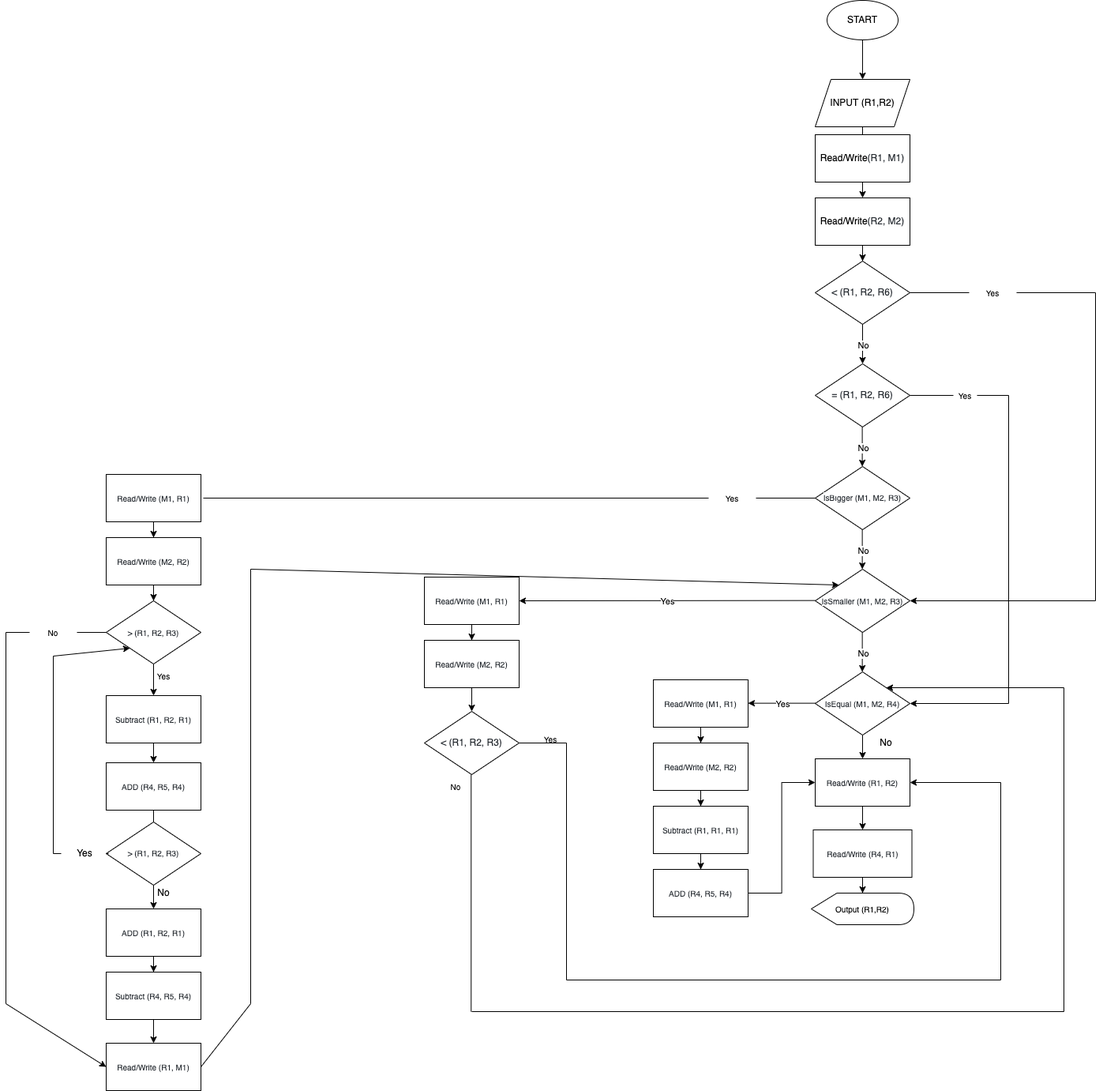
Before: AlgorithmFlowchart.drawio.png, a diagram exported from draw.io (aliyigittas/CMPE140Project1). Source tidied: cells renumbered, new cells last; positions are measured from the earlier drawing's top-left corner, leaving out a move shared by most shapes.
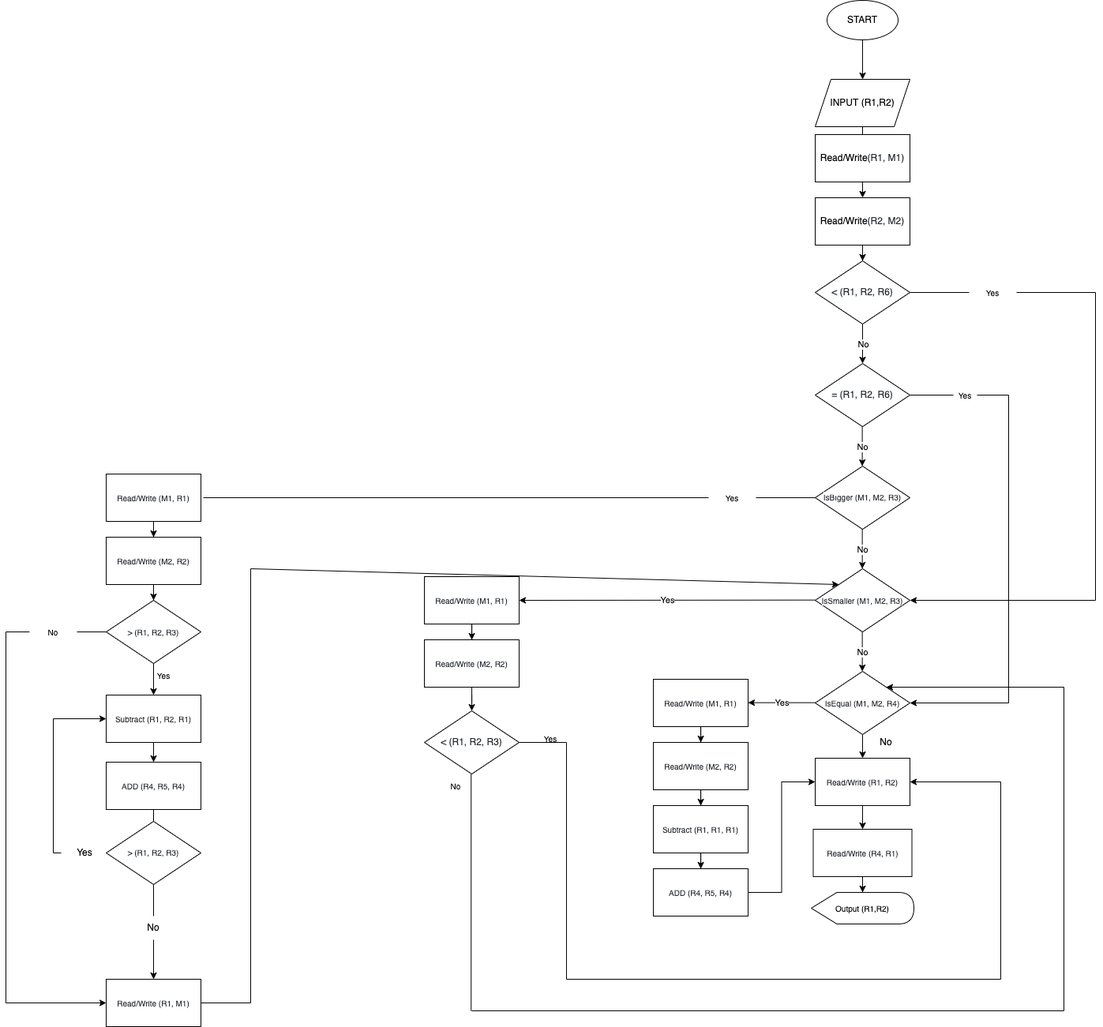
Above is the later version.

Change to the diagram source:
```diff
@@ -292,26 +292,14 @@
     <mxCell id="77" value="Yes" style="text;html=1;strokeColor=none;fillColor=none;align=center;verticalAlign=middle;whiteSpace=wrap;rounded=0;fontSize=10;" parent="1" vertex="1">
       <mxGeometry x="170" y="840" width="60" height="30" as="geometry" />
     </mxCell>
-    <mxCell id="78" style="edgeStyle=orthogonalEdgeStyle;rounded=0;jettySize=auto;html=1;fontSize=10;" parent="1" edge="1" source="79" target="81">
+    <mxCell id="78" style="edgeStyle=orthogonalEdgeStyle;rounded=0;jettySize=auto;html=1;fontSize=10;entryX=0.5;entryY=0;entryDx=0;entryDy=0;startArrow=none;" parent="1" edge="1" source="99" target="84">
       <mxGeometry relative="1" as="geometry" />
     </mxCell>
     <mxCell id="79" value="&lt;span style=&quot;color: rgb(36 , 41 , 47) ; font-family: , , &amp;#34;sf mono&amp;#34; , &amp;#34;menlo&amp;#34; , &amp;#34;consolas&amp;#34; , &amp;#34;liberation mono&amp;#34; , monospace ; background-color: rgb(255 , 255 , 255)&quot;&gt;&lt;font style=&quot;font-size: 10px&quot;&gt;ADD (R4, R5, R4)&lt;/font&gt;&lt;/span&gt;" style="rounded=0;whiteSpace=wrap;html=1;fontSize=10;" parent="1" vertex="1">
       <mxGeometry x="127" y="965" width="120" height="60" as="geometry" />
     </mxCell>
-    <mxCell id="80" style="edgeStyle=orthogonalEdgeStyle;rounded=0;jettySize=auto;html=1;fontSize=10;" parent="1" edge="1" source="81" target="83">
-      <mxGeometry relative="1" as="geometry" />
-    </mxCell>
-    <mxCell id="81" value="&lt;span style=&quot;color: rgb(36 , 41 , 47) ; font-family: , , &amp;#34;sf mono&amp;#34; , &amp;#34;menlo&amp;#34; , &amp;#34;consolas&amp;#34; , &amp;#34;liberation mono&amp;#34; , monospace ; background-color: rgb(255 , 255 , 255)&quot;&gt;&lt;font style=&quot;font-size: 10px&quot;&gt;ADD (R1, R2, R1)&lt;/font&gt;&lt;/span&gt;" style="rounded=0;whiteSpace=wrap;html=1;fontSize=10;" parent="1" vertex="1">
-      <mxGeometry x="127" y="1150" width="120" height="60" as="geometry" />
-    </mxCell>
-    <mxCell id="82" style="edgeStyle=orthogonalEdgeStyle;rounded=0;jettySize=auto;html=1;fontSize=10;" parent="1" edge="1" source="83" target="84">
-      <mxGeometry relative="1" as="geometry" />
-    </mxCell>
-    <mxCell id="83" value="&lt;span style=&quot;color: rgb(36 , 41 , 47) ; font-family: , , &amp;#34;sf mono&amp;#34; , &amp;#34;menlo&amp;#34; , &amp;#34;consolas&amp;#34; , &amp;#34;liberation mono&amp;#34; , monospace ; background-color: rgb(255 , 255 , 255)&quot;&gt;&lt;font style=&quot;font-size: 10px&quot;&gt;Subtract (R4, R5, R4)&lt;/font&gt;&lt;/span&gt;" style="rounded=0;whiteSpace=wrap;html=1;fontSize=10;" parent="1" vertex="1">
-      <mxGeometry x="127" y="1230" width="120" height="60" as="geometry" />
-    </mxCell>
     <mxCell id="84" value="&lt;span style=&quot;color: rgb(36 , 41 , 47) ; font-family: , , &amp;#34;sf mono&amp;#34; , &amp;#34;menlo&amp;#34; , &amp;#34;consolas&amp;#34; , &amp;#34;liberation mono&amp;#34; , monospace ; background-color: rgb(255 , 255 , 255)&quot;&gt;&lt;font style=&quot;font-size: 10px&quot;&gt;Read/Write (R1, M1)&lt;/font&gt;&lt;/span&gt;" style="rounded=0;whiteSpace=wrap;html=1;fontSize=10;" parent="1" vertex="1">
-      <mxGeometry x="127" y="1320" width="120" height="60" as="geometry" />
+      <mxGeometry x="127" y="1240" width="120" height="60" as="geometry" />
     </mxCell>
     <mxCell id="85" style="endArrow=none;html=1;rounded=0;fontSize=10;exitX=1;exitY=0.5;exitDx=0;exitDy=0;" parent="1" edge="1" source="84">
       <mxGeometry relative="1" as="geometry">
@@ -351,21 +339,18 @@
         <mxPoint y="800" as="sourcePoint" />
       </mxGeometry>
     </mxCell>
-    <mxCell id="93" value="&lt;span style=&quot;color: rgb(36 , 41 , 47) ; font-size: 10px ; background-color: rgb(255 , 255 , 255)&quot;&gt;&amp;gt; (R1, R2, R3)&lt;/span&gt;" style="rhombus;whiteSpace=wrap;html=1;" parent="1" vertex="1">
-      <mxGeometry x="127" y="1040" width="120" height="80" as="geometry" />
-    </mxCell>
     <mxCell id="94" style="endArrow=none;html=1;rounded=0;entryX=0;entryY=0.5;entryDx=0;entryDy=0;startArrow=none;" parent="1" edge="1" source="97" target="93">
       <mxGeometry relative="1" as="geometry" />
     </mxCell>
     <mxCell id="95" style="endArrow=none;html=1;rounded=0;" parent="1" edge="1">
       <mxGeometry relative="1" as="geometry">
         <mxPoint x="60" y="1080" as="sourcePoint" />
-        <mxPoint x="60" y="830" as="targetPoint" />
+        <mxPoint x="60" y="910" as="targetPoint" />
       </mxGeometry>
     </mxCell>
-    <mxCell id="96" style="endArrow=classic;html=1;rounded=0;entryX=0;entryY=1;entryDx=0;entryDy=0;" parent="1" edge="1" target="74">
+    <mxCell id="96" style="endArrow=classic;html=1;rounded=0;entryX=0;entryY=0.5;entryDx=0;entryDy=0;" parent="1" edge="1" target="76">
       <mxGeometry relative="1" as="geometry">
-        <mxPoint x="60" y="830" as="sourcePoint" />
+        <mxPoint x="60" y="910" as="sourcePoint" />
       </mxGeometry>
     </mxCell>
     <mxCell id="97" value="Yes" style="text;html=1;strokeColor=none;fillColor=none;align=center;verticalAlign=middle;whiteSpace=wrap;rounded=0;" parent="1" vertex="1">
@@ -376,11 +361,17 @@
         <mxPoint x="60" y="1080" as="sourcePoint" />
       </mxGeometry>
     </mxCell>
+    <mxCell id="100" value="No" style="text;html=1;strokeColor=none;fillColor=none;align=center;verticalAlign=middle;whiteSpace=wrap;rounded=0;" parent="1" vertex="1">
+      <mxGeometry x="1085" y="925" width="60" height="30" as="geometry" />
+    </mxCell>
     <mxCell id="99" value="No" style="text;html=1;strokeColor=none;fillColor=none;align=center;verticalAlign=middle;whiteSpace=wrap;rounded=0;" parent="1" vertex="1">
-      <mxGeometry x="170" y="1115" width="60" height="30" as="geometry" />
+      <mxGeometry x="157" y="1160" width="60" height="30" as="geometry" />
     </mxCell>
-    <mxCell id="100" value="No" style="text;html=1;strokeColor=none;fillColor=none;align=center;verticalAlign=middle;whiteSpace=wrap;rounded=0;" parent="1" vertex="1">
-      <mxGeometry x="1085" y="925" width="60" height="30" as="geometry" />
-    </mxCell>
+    <mxCell id="101" style="edgeStyle=orthogonalEdgeStyle;rounded=0;jettySize=auto;html=1;fontSize=10;entryX=0.5;entryY=0;entryDx=0;entryDy=0;endArrow=none;" parent="1" edge="1" source="79" target="99">
+      <mxGeometry relative="1" as="geometry" />
+    </mxCell>
+    <mxCell id="93" value="&lt;span style=&quot;color: rgb(36 , 41 , 47) ; font-size: 10px ; background-color: rgb(255 , 255 , 255)&quot;&gt;&amp;gt; (R1, R2, R3)&lt;/span&gt;" style="rhombus;whiteSpace=wrap;html=1;" parent="1" vertex="1">
+      <mxGeometry x="127" y="1040" width="120" height="80" as="geometry" />
+    </mxCell>
   </root>
 </mxGraphModel>
```
